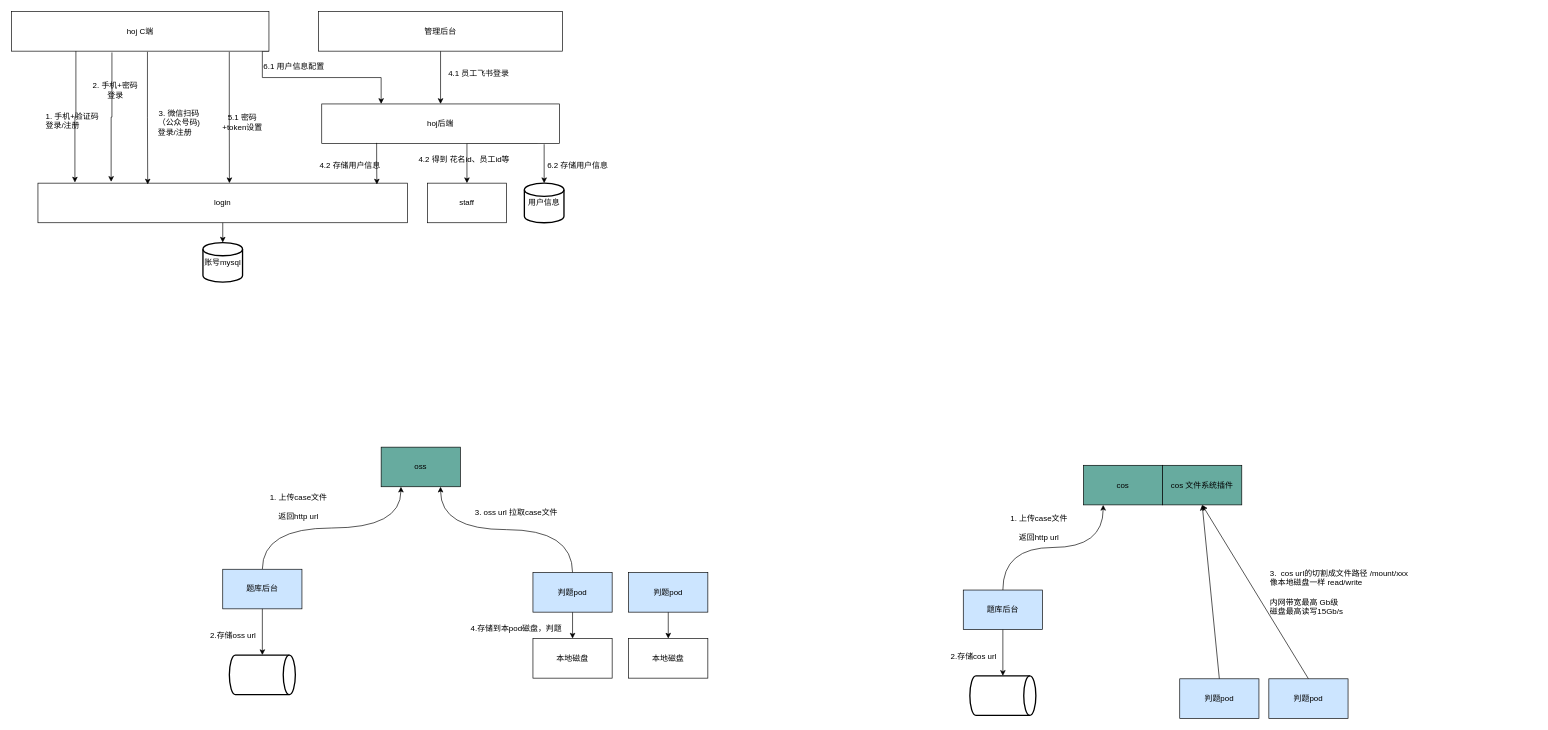
Above: hoj技术方案.drawio in xiell2016/hetaoDesign (draw.io), before the change. Source tidied: cells renumbered, new cells numbered last; positions are measured from the earlier drawing's top-left corner, leaving out a move shared by most shapes. Both pictures are drawn from the tidied source at 66%, with x=0, y=0 at pixel (11, 11).
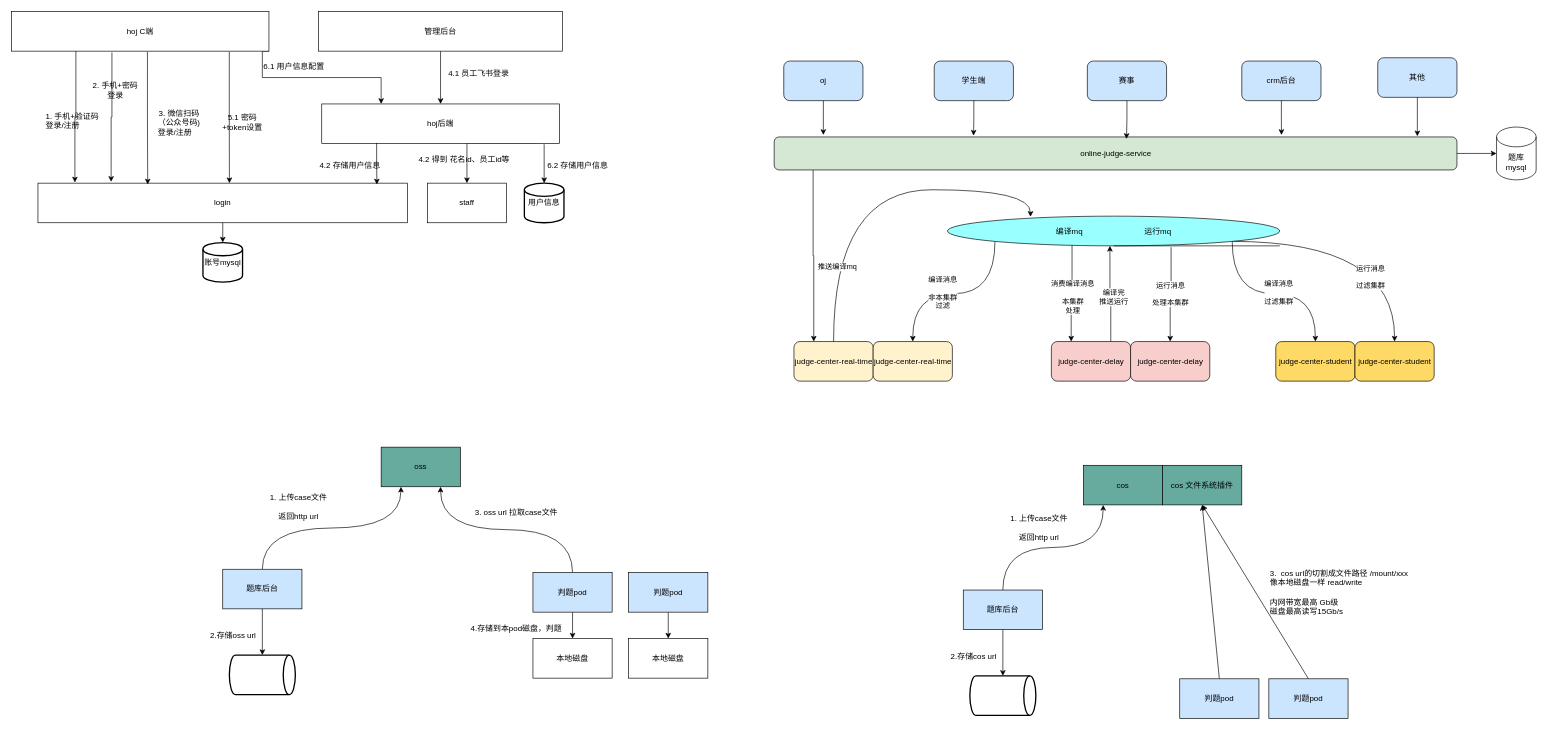
Above is the later version.

Commit message:
更新hoj技术方案.drawio

What changed in the source:
```diff
@@
+    <mxCell id="57" value="学生端" style="rounded=1;whiteSpace=wrap;html=1;fillColor=light-dark(#CCE5FF,var(--ge-dark-color, #121212));" parent="1" vertex="1">
+      <mxGeometry x="1398" y="75" width="120" height="60" as="geometry" />
+    </mxCell>
+    <mxCell id="58" value="oj" style="rounded=1;whiteSpace=wrap;html=1;fillColor=light-dark(#CCE5FF,var(--ge-dark-color, #121212));" parent="1" vertex="1">
+      <mxGeometry x="1170" y="75" width="120" height="60" as="geometry" />
+    </mxCell>
+    <mxCell id="59" value="其他" style="rounded=1;whiteSpace=wrap;html=1;fillColor=light-dark(#CCE5FF,var(--ge-dark-color, #121212));" parent="1" vertex="1">
+      <mxGeometry x="2070" y="70" width="120" height="60" as="geometry" />
+    </mxCell>
+    <mxCell id="60" value="crm后台" style="rounded=1;whiteSpace=wrap;html=1;fillColor=light-dark(#CCE5FF,var(--ge-dark-color, #121212));" parent="1" vertex="1">
+      <mxGeometry x="1864" y="75" width="120" height="60" as="geometry" />
+    </mxCell>
+    <mxCell id="61" value="赛事" style="rounded=1;whiteSpace=wrap;html=1;fillColor=light-dark(#CCE5FF,var(--ge-dark-color, #121212));" parent="1" vertex="1">
+      <mxGeometry x="1630" y="75" width="120" height="60" as="geometry" />
+    </mxCell>
+    <mxCell id="62" style="edgeStyle=orthogonalEdgeStyle;rounded=0;jettySize=auto;html=1;exitX=0.057;exitY=0.96;exitDx=0;exitDy=0;entryX=0.25;entryY=0;entryDx=0;entryDy=0;exitPerimeter=0;" parent="1" edge="1" source="64" target="65">
+      <mxGeometry relative="1" as="geometry" />
+    </mxCell>
+    <mxCell id="63" style="edgeStyle=orthogonalEdgeStyle;rounded=0;jettySize=auto;html=1;exitX=1;exitY=0.5;exitDx=0;exitDy=0;" parent="1" edge="1" source="64" target="71">
+      <mxGeometry relative="1" as="geometry" />
+    </mxCell>
+    <mxCell id="64" value="online-judge-service" style="rounded=1;whiteSpace=wrap;html=1;fillColor=light-dark(#D5E8D4,var(--ge-dark-color, #121212));" parent="1" vertex="1">
+      <mxGeometry x="1155.5" y="190" width="1034.5" height="50" as="geometry" />
+    </mxCell>
+    <mxCell id="65" value="judge-center-real-time" style="rounded=1;whiteSpace=wrap;html=1;fillColor=light-dark(#FFF2CC,var(--ge-dark-color, #121212));" parent="1" vertex="1">
+      <mxGeometry x="1185.5" y="500" width="120" height="60" as="geometry" />
+    </mxCell>
+    <mxCell id="66" value="judge-center-real-time" style="rounded=1;whiteSpace=wrap;html=1;fillColor=light-dark(#FFF2CC,var(--ge-dark-color, #121212));" parent="1" vertex="1">
+      <mxGeometry x="1305.5" y="500" width="120" height="60" as="geometry" />
+    </mxCell>
+    <mxCell id="67" value="judge-center-delay" style="rounded=1;whiteSpace=wrap;html=1;fillColor=light-dark(#F8CECC,var(--ge-dark-color, #121212));" parent="1" vertex="1">
+      <mxGeometry x="1575.5" y="500" width="120" height="60" as="geometry" />
+    </mxCell>
+    <mxCell id="68" value="judge-center-delay" style="rounded=1;whiteSpace=wrap;html=1;fillColor=light-dark(#F8CECC,var(--ge-dark-color, #121212));" parent="1" vertex="1">
+      <mxGeometry x="1695.5" y="500" width="120" height="60" as="geometry" />
+    </mxCell>
+    <mxCell id="69" value="judge-center-student" style="rounded=1;whiteSpace=wrap;html=1;fillColor=light-dark(#FFD966,var(--ge-dark-color, #121212));" parent="1" vertex="1">
+      <mxGeometry x="1915.5" y="500" width="120" height="60" as="geometry" />
+    </mxCell>
+    <mxCell id="70" value="judge-center-student" style="rounded=1;whiteSpace=wrap;html=1;fillColor=light-dark(#FFD966,var(--ge-dark-color, #121212));" parent="1" vertex="1">
+      <mxGeometry x="2035.5" y="500" width="120" height="60" as="geometry" />
+    </mxCell>
+    <mxCell id="71" value="题库&lt;div&gt;mysql&lt;/div&gt;" style="shape=cylinder3;whiteSpace=wrap;html=1;boundedLbl=1;backgroundOutline=1;size=15;" parent="1" vertex="1">
+      <mxGeometry x="2250" y="175" width="60" height="80" as="geometry" />
+    </mxCell>
+    <mxCell id="72" style="edgeStyle=orthogonalEdgeStyle;rounded=0;jettySize=auto;html=1;exitX=0;exitY=1;exitDx=0;exitDy=0;entryX=0.5;entryY=0;entryDx=0;entryDy=0;curved=1;" parent="1" edge="1" source="82" target="66">
+      <mxGeometry relative="1" as="geometry" />
+    </mxCell>
+    <mxCell id="73" value="编译消息&lt;div&gt;&lt;br&gt;&lt;div&gt;非本集群&lt;/div&gt;&lt;/div&gt;&lt;div&gt;过滤&lt;/div&gt;" style="edgeLabel;html=1;align=center;verticalAlign=middle;" parent="72" vertex="1">
+      <mxGeometry x="0.15" y="-2" relative="1" as="geometry" />
+    </mxCell>
+    <mxCell id="74" style="edgeStyle=orthogonalEdgeStyle;rounded=0;jettySize=auto;html=1;exitX=0.375;exitY=0.911;exitDx=0;exitDy=0;entryX=0.25;entryY=0;entryDx=0;entryDy=0;exitPerimeter=0;" parent="1" edge="1" source="82" target="67">
+      <mxGeometry relative="1" as="geometry" />
+    </mxCell>
+    <mxCell id="75" value="消费编译消息&lt;div&gt;&lt;br&gt;&lt;div&gt;本集群&lt;/div&gt;&lt;/div&gt;&lt;div&gt;处理&lt;/div&gt;" style="edgeLabel;html=1;align=center;verticalAlign=middle;" parent="74" vertex="1">
+      <mxGeometry x="0.11" y="2" relative="1" as="geometry" />
+    </mxCell>
+    <mxCell id="76" style="edgeStyle=orthogonalEdgeStyle;rounded=0;jettySize=auto;html=1;exitX=0.673;exitY=1.044;exitDx=0;exitDy=0;entryX=0.5;entryY=0;entryDx=0;entryDy=0;exitPerimeter=0;" parent="1" edge="1" source="82" target="68">
+      <mxGeometry relative="1" as="geometry" />
+    </mxCell>
+    <mxCell id="77" value="运行消息&lt;div&gt;&lt;br&gt;&lt;/div&gt;&lt;div&gt;处理本集群&lt;/div&gt;" style="edgeLabel;html=1;align=center;verticalAlign=middle;" parent="76" vertex="1">
+      <mxGeometry relative="1" as="geometry" />
+    </mxCell>
+    <mxCell id="78" style="edgeStyle=orthogonalEdgeStyle;rounded=0;jettySize=auto;html=1;exitX=1;exitY=1;exitDx=0;exitDy=0;curved=1;" parent="1" edge="1" source="82" target="69">
+      <mxGeometry relative="1" as="geometry" />
+    </mxCell>
+    <mxCell id="79" value="编译消息&lt;div&gt;&lt;br&gt;&lt;/div&gt;&lt;div&gt;过滤集群&lt;/div&gt;" style="edgeLabel;html=1;align=center;verticalAlign=middle;" parent="78" vertex="1">
+      <mxGeometry x="0.07" y="3" relative="1" as="geometry">
+        <mxPoint y="1" as="offset" />
+      </mxGeometry>
+    </mxCell>
+    <mxCell id="80" style="edgeStyle=orthogonalEdgeStyle;rounded=0;jettySize=auto;html=1;exitX=1;exitY=1;exitDx=0;exitDy=0;entryX=0.5;entryY=0;entryDx=0;entryDy=0;curved=1;" parent="1" edge="1" source="82" target="70">
+      <mxGeometry relative="1" as="geometry" />
+    </mxCell>
+    <mxCell id="81" value="运行消息&lt;div&gt;&lt;br&gt;&lt;/div&gt;&lt;div&gt;过滤集群&lt;/div&gt;" style="edgeLabel;html=1;align=center;verticalAlign=middle;" parent="80" vertex="1">
+      <mxGeometry x="0.51" y="-37" relative="1" as="geometry" />
+    </mxCell>
+    <mxCell id="82" value="编译mq&amp;nbsp; &amp;nbsp; &amp;nbsp; &amp;nbsp; &amp;nbsp; &amp;nbsp; &amp;nbsp; &amp;nbsp; &amp;nbsp; &amp;nbsp; &amp;nbsp; &amp;nbsp; &amp;nbsp; &amp;nbsp; 运行mq" style="shape=tapeData;whiteSpace=wrap;html=1;perimeter=ellipsePerimeter;fillColor=light-dark(#99FFFF,var(--ge-dark-color, #121212));" parent="1" vertex="1">
+      <mxGeometry x="1418" y="310" width="503.5" height="45" as="geometry" />
+    </mxCell>
+    <mxCell id="83" style="edgeStyle=orthogonalEdgeStyle;rounded=0;jettySize=auto;html=1;exitX=0.5;exitY=0;exitDx=0;exitDy=0;entryX=0.25;entryY=0.022;entryDx=0;entryDy=0;entryPerimeter=0;curved=1;" parent="1" edge="1" source="65" target="82">
+      <mxGeometry relative="1" as="geometry">
+        <Array as="points">
+          <mxPoint x="1246" y="270" />
+          <mxPoint x="1544" y="270" />
+        </Array>
+      </mxGeometry>
+    </mxCell>
+    <mxCell id="84" value="推送编译mq" style="edgeLabel;html=1;align=center;verticalAlign=middle;" parent="83" vertex="1">
+      <mxGeometry x="-0.6" y="-4" relative="1" as="geometry">
+        <mxPoint x="1" as="offset" />
+      </mxGeometry>
+    </mxCell>
+    <mxCell id="85" style="edgeStyle=orthogonalEdgeStyle;rounded=0;jettySize=auto;html=1;exitX=0.75;exitY=0;exitDx=0;exitDy=0;entryX=0.489;entryY=1;entryDx=0;entryDy=0;entryPerimeter=0;" parent="1" edge="1" source="67" target="82">
+      <mxGeometry relative="1" as="geometry" />
+    </mxCell>
+    <mxCell id="86" value="编译完&lt;div&gt;推送运行&lt;/div&gt;" style="edgeLabel;html=1;align=center;verticalAlign=middle;" parent="85" vertex="1">
+      <mxGeometry x="-0.07" y="-3" relative="1" as="geometry">
+        <mxPoint x="1" as="offset" />
+      </mxGeometry>
+    </mxCell>
+    <mxCell id="87" style="edgeStyle=orthogonalEdgeStyle;rounded=0;jettySize=auto;html=1;exitX=0.5;exitY=1;exitDx=0;exitDy=0;entryX=0.072;entryY=-0.06;entryDx=0;entryDy=0;entryPerimeter=0;" parent="1" edge="1" source="58" target="64">
+      <mxGeometry relative="1" as="geometry" />
+    </mxCell>
+    <mxCell id="88" style="edgeStyle=orthogonalEdgeStyle;rounded=0;jettySize=auto;html=1;exitX=0.5;exitY=1;exitDx=0;exitDy=0;entryX=0.292;entryY=-0.04;entryDx=0;entryDy=0;entryPerimeter=0;" parent="1" edge="1" source="57" target="64">
+      <mxGeometry relative="1" as="geometry" />
+    </mxCell>
+    <mxCell id="89" style="edgeStyle=orthogonalEdgeStyle;rounded=0;jettySize=auto;html=1;exitX=0.5;exitY=1;exitDx=0;exitDy=0;entryX=0.516;entryY=0.06;entryDx=0;entryDy=0;entryPerimeter=0;" parent="1" edge="1" source="61" target="64">
+      <mxGeometry relative="1" as="geometry" />
+    </mxCell>
+    <mxCell id="90" style="edgeStyle=orthogonalEdgeStyle;rounded=0;jettySize=auto;html=1;exitX=0.5;exitY=1;exitDx=0;exitDy=0;entryX=0.743;entryY=-0.06;entryDx=0;entryDy=0;entryPerimeter=0;" parent="1" edge="1" source="60" target="64">
+      <mxGeometry relative="1" as="geometry" />
+    </mxCell>
+    <mxCell id="91" style="edgeStyle=orthogonalEdgeStyle;rounded=0;jettySize=auto;html=1;exitX=0.5;exitY=1;exitDx=0;exitDy=0;entryX=0.942;entryY=-0.02;entryDx=0;entryDy=0;entryPerimeter=0;" parent="1" edge="1" source="59" target="64">
+      <mxGeometry relative="1" as="geometry" />
+    </mxCell>
```
